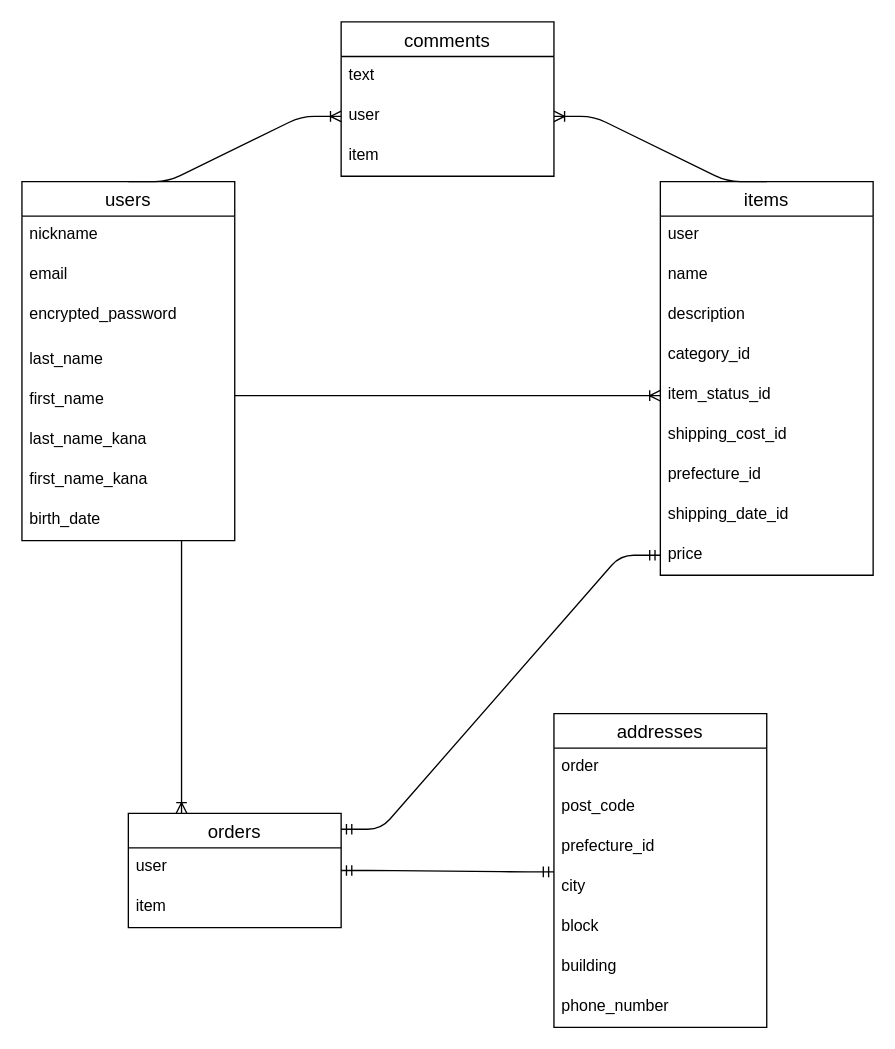
This is test.dio from tokunagatensei/furima-38891, a draw.io file, before an edit. Source tidied: cells renumbered, new cells numbered last; positions are measured from the earlier drawing's top-left corner, leaving out a move shared by most shapes. Both pictures are drawn from the tidied source at 133%, with x=0, y=0 at pixel (21, 21).
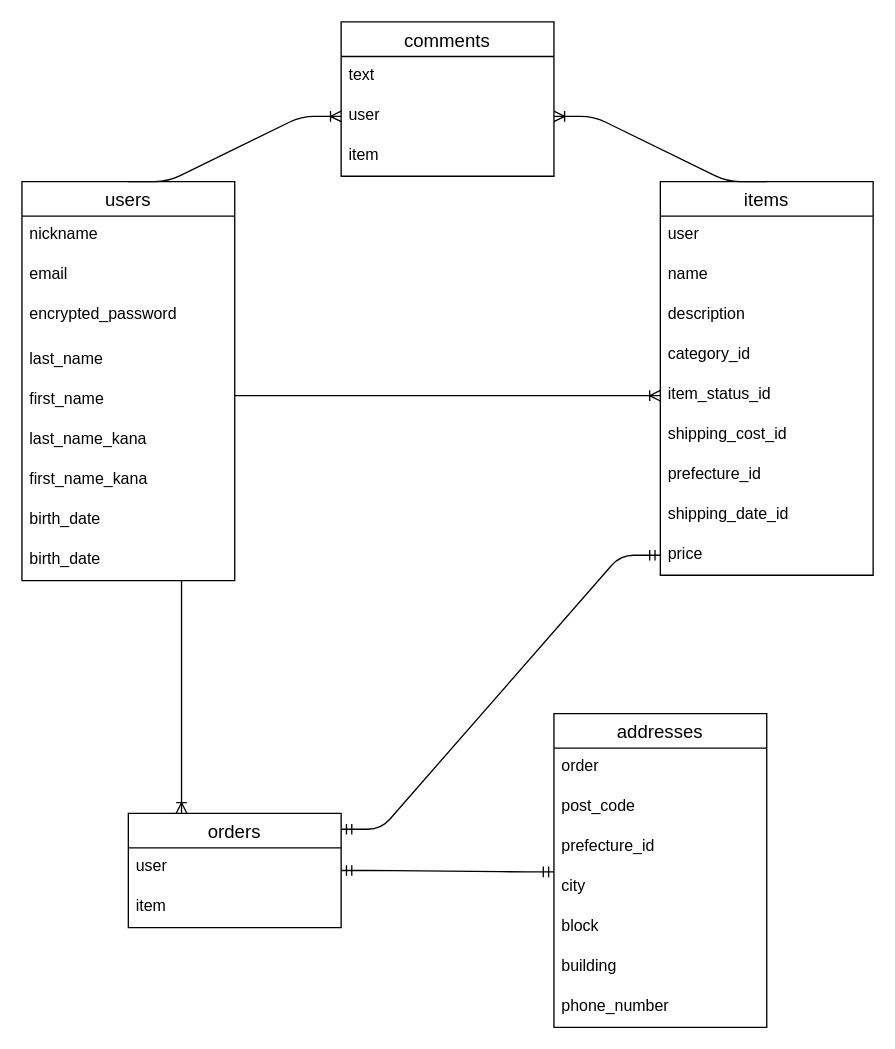
Above is the later version.

Unchanged cells that the change refers to:
```xml
<mxCell id="12" value="birth_date" style="text;strokeColor=none;fillColor=none;spacingLeft=4;spacingRight=4;overflow=hidden;points=[[0,0.5],[1,0.5]];portConstraint=eastwest;fontSize=12;" parent="4" vertex="1">
  <mxGeometry y="240" width="160" height="30" as="geometry" />
</mxCell>
<mxCell id="13" value="orders" style="swimlane;fontStyle=0;horizontal=1;startSize=26;align=center;fontSize=14;" parent="1" vertex="1">
  <mxGeometry x="80" y="595" width="160" height="86" as="geometry" />
</mxCell>
```

What changed in the source:
```diff
@@
     <mxCell id="4" value="users" style="swimlane;fontStyle=0;horizontal=1;startSize=26;align=center;fontSize=14;" parent="1" vertex="1">
-      <mxGeometry y="120" width="160" height="270" as="geometry" />
+      <mxGeometry y="120" width="160" height="300" as="geometry" />
     </mxCell>
@@
+    <mxCell id="45" value="birth_date" style="text;strokeColor=none;fillColor=none;spacingLeft=4;spacingRight=4;overflow=hidden;fontSize=12;" parent="4" vertex="1">
+      <mxGeometry y="270" width="160" height="30" as="geometry" />
+    </mxCell>
@@
-    <mxCell id="44" style="fontSize=12;html=1;endArrow=ERoneToMany;exitX=0.75;exitY=1.011;exitDx=0;exitDy=0;exitPerimeter=0;entryX=0.25;entryY=0;entryDx=0;entryDy=0;" parent="1" edge="1" source="12" target="13">
-      <mxGeometry relative="1" as="geometry" />
+    <mxCell id="44" style="fontSize=12;html=1;endArrow=ERoneToMany;entryX=0.25;entryY=0;entryDx=0;entryDy=0;" parent="1" edge="1" target="13">
+      <mxGeometry relative="1" as="geometry">
+        <mxPoint x="120" y="420" as="sourcePoint" />
+      </mxGeometry>
     </mxCell>
```
